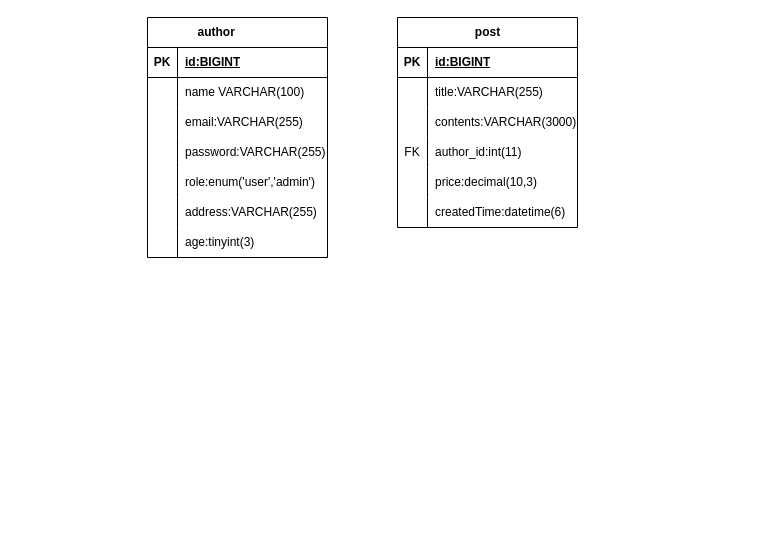
Above: basic/erd_board2.drawio in Kimjongwon1/mariaDB_syntax (draw.io), before the change. Source tidied: cells renumbered, new cells numbered last; positions are measured from the earlier drawing's top-left corner, leaving out a move shared by most shapes. Both pictures are drawn from the tidied source at 100%, with x=0, y=0 at pixel (147, 17).
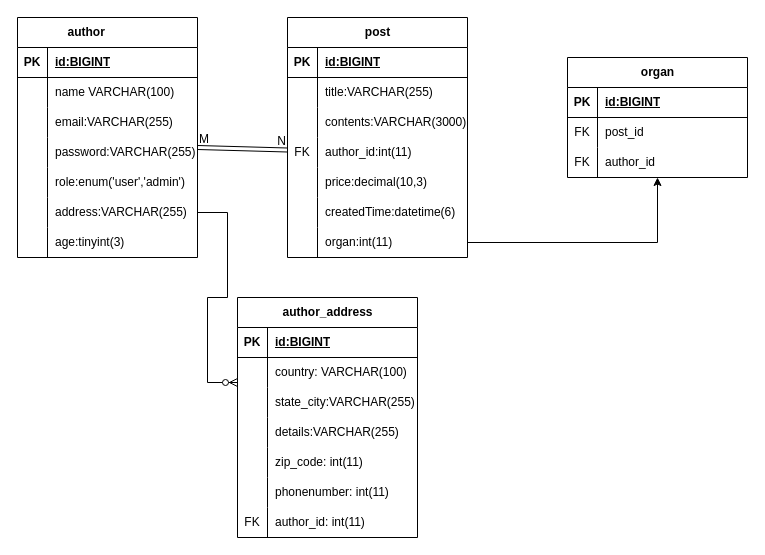
The same diagram, later.

Unchanged cells that the change refers to:
```xml
<mxCell id="18" style="shape=tableRow;horizontal=0;startSize=0;swimlaneHead=0;swimlaneBody=0;fillColor=none;points=[[0,0.5],[1,0.5]];portConstraint=eastwest;top=0;left=0;right=0;bottom=0;" parent="2" vertex="1">
  <mxGeometry y="180" width="180" height="30" as="geometry" />
</mxCell>
<mxCell id="34" style="shape=tableRow;horizontal=0;startSize=0;swimlaneHead=0;swimlaneBody=0;fillColor=none;points=[[0,0.5],[1,0.5]];portConstraint=eastwest;top=0;left=0;right=0;bottom=0;" parent="24" vertex="1">
  <mxGeometry y="120" width="180" height="30" as="geometry" />
</mxCell>
```

What changed in the source:
```diff
@@
     <mxCell id="2" value="author&lt;span style=&quot;white-space: pre;&quot;&gt;&#9;&lt;/span&gt;&lt;span style=&quot;white-space: pre;&quot;&gt;&#9;&lt;/span&gt;" style="shape=table;startSize=30;childLayout=tableLayout;rowLines=0;fontStyle=1;align=center;html=1;" parent="1" vertex="1">
-      <mxGeometry width="180" height="240" as="geometry" />
+      <mxGeometry x="-130" width="180" height="240" as="geometry" />
     </mxCell>
@@
     <mxCell id="24" value="post" style="shape=table;startSize=30;childLayout=tableLayout;rowLines=0;fontStyle=1;align=center;html=1;" parent="1" vertex="1">
-      <mxGeometry x="250" width="180" height="210" as="geometry" />
+      <mxGeometry x="140" width="180" height="240" as="geometry" />
     </mxCell>
@@
+    <mxCell id="43" style="shape=tableRow;horizontal=0;startSize=0;swimlaneHead=0;swimlaneBody=0;fillColor=none;points=[[0,0.5],[1,0.5]];portConstraint=eastwest;top=0;left=0;right=0;bottom=0;" parent="24" vertex="1">
+      <mxGeometry y="210" width="180" height="30" as="geometry" />
+    </mxCell>
+    <mxCell id="44" style="shape=partialRectangle;fillColor=none;top=0;left=0;bottom=0;right=0;overflow=hidden;whiteSpace=wrap;html=1;" parent="43" vertex="1">
+      <mxGeometry width="30" height="30" as="geometry" />
+    </mxCell>
+    <mxCell id="45" value="organ:int(11)" style="shape=partialRectangle;fillColor=none;top=0;left=0;bottom=0;right=0;align=left;spacingLeft=6;overflow=hidden;whiteSpace=wrap;html=1;" parent="43" vertex="1">
+      <mxGeometry x="30" width="150" height="30" as="geometry" />
+    </mxCell>
+    <mxCell id="46" value="author_address" style="shape=table;startSize=30;childLayout=tableLayout;rowLines=0;fontStyle=1;align=center;html=1;" parent="1" vertex="1">
+      <mxGeometry x="90" y="280" width="180" height="240" as="geometry" />
+    </mxCell>
+    <mxCell id="47" style="shape=tableRow;horizontal=0;startSize=0;swimlaneHead=0;swimlaneBody=0;fillColor=none;top=0;left=0;right=0;bottom=1;" parent="46" vertex="1">
+      <mxGeometry y="30" width="180" height="30" as="geometry" />
+    </mxCell>
+    <mxCell id="48" value="PK" style="shape=partialRectangle;fillColor=none;top=0;left=0;bottom=0;right=0;fontStyle=1;overflow=hidden;whiteSpace=wrap;html=1;" parent="47" vertex="1">
+      <mxGeometry width="30" height="30" as="geometry" />
+    </mxCell>
+    <mxCell id="49" value="id:BIGINT" style="shape=partialRectangle;fillColor=none;top=0;left=0;bottom=0;right=0;align=left;spacingLeft=6;fontStyle=5;overflow=hidden;whiteSpace=wrap;html=1;" parent="47" vertex="1">
+      <mxGeometry x="30" width="150" height="30" as="geometry" />
+    </mxCell>
+    <mxCell id="50" style="shape=tableRow;horizontal=0;startSize=0;swimlaneHead=0;swimlaneBody=0;fillColor=none;top=0;left=0;right=0;bottom=0;" parent="46" vertex="1">
+      <mxGeometry y="60" width="180" height="30" as="geometry" />
+    </mxCell>
+    <mxCell id="51" style="shape=partialRectangle;fillColor=none;top=0;left=0;bottom=0;right=0;overflow=hidden;whiteSpace=wrap;html=1;" parent="50" vertex="1">
+      <mxGeometry width="30" height="30" as="geometry" />
+    </mxCell>
+    <mxCell id="52" value="country: VARCHAR(100)" style="shape=partialRectangle;fillColor=none;top=0;left=0;bottom=0;right=0;align=left;spacingLeft=6;overflow=hidden;whiteSpace=wrap;html=1;" parent="50" vertex="1">
+      <mxGeometry x="30" width="150" height="30" as="geometry" />
+    </mxCell>
+    <mxCell id="53" style="shape=tableRow;horizontal=0;startSize=0;swimlaneHead=0;swimlaneBody=0;fillColor=none;top=0;left=0;right=0;bottom=0;" parent="46" vertex="1">
+      <mxGeometry y="90" width="180" height="30" as="geometry" />
+    </mxCell>
+    <mxCell id="54" style="shape=partialRectangle;fillColor=none;top=0;left=0;bottom=0;right=0;overflow=hidden;whiteSpace=wrap;html=1;" parent="53" vertex="1">
+      <mxGeometry width="30" height="30" as="geometry" />
+    </mxCell>
+    <mxCell id="55" value="state_city:VARCHAR(255)" style="shape=partialRectangle;fillColor=none;top=0;left=0;bottom=0;right=0;align=left;spacingLeft=6;overflow=hidden;whiteSpace=wrap;html=1;" parent="53" vertex="1">
+      <mxGeometry x="30" width="150" height="30" as="geometry" />
+    </mxCell>
+    <mxCell id="56" style="shape=tableRow;horizontal=0;startSize=0;swimlaneHead=0;swimlaneBody=0;fillColor=none;top=0;left=0;right=0;bottom=0;" parent="46" vertex="1">
+      <mxGeometry y="120" width="180" height="30" as="geometry" />
+    </mxCell>
+    <mxCell id="57" style="shape=partialRectangle;fillColor=none;top=0;left=0;bottom=0;right=0;overflow=hidden;whiteSpace=wrap;html=1;" parent="56" vertex="1">
+      <mxGeometry width="30" height="30" as="geometry" />
+    </mxCell>
+    <mxCell id="58" value="details:VARCHAR(255)" style="shape=partialRectangle;fillColor=none;top=0;left=0;bottom=0;right=0;align=left;spacingLeft=6;overflow=hidden;whiteSpace=wrap;html=1;" parent="56" vertex="1">
+      <mxGeometry x="30" width="150" height="30" as="geometry" />
+    </mxCell>
+    <mxCell id="59" style="shape=tableRow;horizontal=0;startSize=0;swimlaneHead=0;swimlaneBody=0;fillColor=none;top=0;left=0;right=0;bottom=0;" parent="46" vertex="1">
+      <mxGeometry y="150" width="180" height="30" as="geometry" />
+    </mxCell>
+    <mxCell id="60" style="shape=partialRectangle;fillColor=none;top=0;left=0;bottom=0;right=0;overflow=hidden;whiteSpace=wrap;html=1;" parent="59" vertex="1">
+      <mxGeometry width="30" height="30" as="geometry" />
+    </mxCell>
+    <mxCell id="61" value="zip_code:&amp;nbsp;int(11)" style="shape=partialRectangle;fillColor=none;top=0;left=0;bottom=0;right=0;align=left;spacingLeft=6;overflow=hidden;whiteSpace=wrap;html=1;" parent="59" vertex="1">
+      <mxGeometry x="30" width="150" height="30" as="geometry" />
+    </mxCell>
+    <mxCell id="62" style="shape=tableRow;horizontal=0;startSize=0;swimlaneHead=0;swimlaneBody=0;fillColor=none;top=0;left=0;right=0;bottom=0;" parent="46" vertex="1">
+      <mxGeometry y="180" width="180" height="30" as="geometry" />
+    </mxCell>
+    <mxCell id="63" style="shape=partialRectangle;fillColor=none;top=0;left=0;bottom=0;right=0;overflow=hidden;whiteSpace=wrap;html=1;" parent="62" vertex="1">
+      <mxGeometry width="30" height="30" as="geometry" />
+    </mxCell>
+    <mxCell id="64" value="phonenumber:&amp;nbsp;int(11)" style="shape=partialRectangle;fillColor=none;top=0;left=0;bottom=0;right=0;align=left;spacingLeft=6;overflow=hidden;whiteSpace=wrap;html=1;" parent="62" vertex="1">
+      <mxGeometry x="30" width="150" height="30" as="geometry" />
+    </mxCell>
+    <mxCell id="65" style="shape=tableRow;horizontal=0;startSize=0;swimlaneHead=0;swimlaneBody=0;fillColor=none;top=0;left=0;right=0;bottom=0;" parent="46" vertex="1">
+      <mxGeometry y="210" width="180" height="30" as="geometry" />
+    </mxCell>
+    <mxCell id="66" value="FK" style="shape=partialRectangle;fillColor=none;top=0;left=0;bottom=0;right=0;overflow=hidden;whiteSpace=wrap;html=1;" parent="65" vertex="1">
+      <mxGeometry width="30" height="30" as="geometry" />
+    </mxCell>
+    <mxCell id="67" value="author_id:&amp;nbsp;int(11)" style="shape=partialRectangle;fillColor=none;top=0;left=0;bottom=0;right=0;align=left;spacingLeft=6;overflow=hidden;whiteSpace=wrap;html=1;" parent="65" vertex="1">
+      <mxGeometry x="30" width="150" height="30" as="geometry" />
+    </mxCell>
+    <mxCell id="68" style="edgeStyle=entityRelationEdgeStyle;fontSize=12;html=1;endArrow=ERzeroToMany;endFill=1;rounded=0;exitX=1;exitY=0.5;exitDx=0;exitDy=0;" parent="1" edge="1" source="18">
+      <mxGeometry relative="1" as="geometry">
+        <mxPoint x="90" y="365" as="targetPoint" />
+      </mxGeometry>
+    </mxCell>
+    <mxCell id="69" style="shape=link;html=1;rounded=0;" parent="1" edge="1" target="34">
+      <mxGeometry relative="1" as="geometry">
+        <mxPoint x="50" y="130" as="sourcePoint" />
+      </mxGeometry>
+    </mxCell>
+    <mxCell id="70" value="M" style="html=1;whiteSpace=wrap;align=left;verticalAlign=bottom;" parent="69" vertex="1">
+      <mxGeometry x="-1" relative="1" as="geometry" />
+    </mxCell>
+    <mxCell id="71" value="N" style="html=1;whiteSpace=wrap;align=right;verticalAlign=bottom;" parent="69" vertex="1">
+      <mxGeometry x="1" relative="1" as="geometry" />
+    </mxCell>
+    <mxCell id="72" style="edgeStyle=orthogonalEdgeStyle;rounded=0;jettySize=auto;html=1;exitX=1;exitY=0.5;exitDx=0;exitDy=0;" parent="1" edge="1" source="43" target="73">
+      <mxGeometry relative="1" as="geometry" />
+    </mxCell>
+    <mxCell id="73" value="organ" style="shape=table;startSize=30;childLayout=tableLayout;rowLines=0;fontStyle=1;align=center;html=1;" parent="1" vertex="1">
+      <mxGeometry x="420" y="40" width="180" height="120" as="geometry" />
+    </mxCell>
+    <mxCell id="74" style="shape=tableRow;horizontal=0;startSize=0;swimlaneHead=0;swimlaneBody=0;fillColor=none;top=0;left=0;right=0;bottom=1;" parent="73" vertex="1">
+      <mxGeometry y="30" width="180" height="30" as="geometry" />
+    </mxCell>
+    <mxCell id="75" value="PK" style="shape=partialRectangle;fillColor=none;top=0;left=0;bottom=0;right=0;fontStyle=1;overflow=hidden;whiteSpace=wrap;html=1;" parent="74" vertex="1">
+      <mxGeometry width="30" height="30" as="geometry" />
+    </mxCell>
+    <mxCell id="76" value="id:BIGINT" style="shape=partialRectangle;fillColor=none;top=0;left=0;bottom=0;right=0;align=left;spacingLeft=6;fontStyle=5;overflow=hidden;whiteSpace=wrap;html=1;" parent="74" vertex="1">
+      <mxGeometry x="30" width="150" height="30" as="geometry" />
+    </mxCell>
+    <mxCell id="77" style="shape=tableRow;horizontal=0;startSize=0;swimlaneHead=0;swimlaneBody=0;fillColor=none;top=0;left=0;right=0;bottom=0;" parent="73" vertex="1">
+      <mxGeometry y="60" width="180" height="30" as="geometry" />
+    </mxCell>
+    <mxCell id="78" value="FK" style="shape=partialRectangle;fillColor=none;top=0;left=0;bottom=0;right=0;overflow=hidden;whiteSpace=wrap;html=1;" parent="77" vertex="1">
+      <mxGeometry width="30" height="30" as="geometry" />
+    </mxCell>
+    <mxCell id="79" value="post_id" style="shape=partialRectangle;fillColor=none;top=0;left=0;bottom=0;right=0;align=left;spacingLeft=6;overflow=hidden;whiteSpace=wrap;html=1;" parent="77" vertex="1">
+      <mxGeometry x="30" width="150" height="30" as="geometry" />
+    </mxCell>
+    <mxCell id="80" style="shape=tableRow;horizontal=0;startSize=0;swimlaneHead=0;swimlaneBody=0;fillColor=none;top=0;left=0;right=0;bottom=0;" parent="73" vertex="1">
+      <mxGeometry y="90" width="180" height="30" as="geometry" />
+    </mxCell>
+    <mxCell id="81" value="FK" style="shape=partialRectangle;fillColor=none;top=0;left=0;bottom=0;right=0;overflow=hidden;whiteSpace=wrap;html=1;" parent="80" vertex="1">
+      <mxGeometry width="30" height="30" as="geometry" />
+    </mxCell>
+    <mxCell id="82" value="author_id" style="shape=partialRectangle;fillColor=none;top=0;left=0;bottom=0;right=0;align=left;spacingLeft=6;overflow=hidden;whiteSpace=wrap;html=1;" parent="80" vertex="1">
+      <mxGeometry x="30" width="150" height="30" as="geometry" />
+    </mxCell>
```
